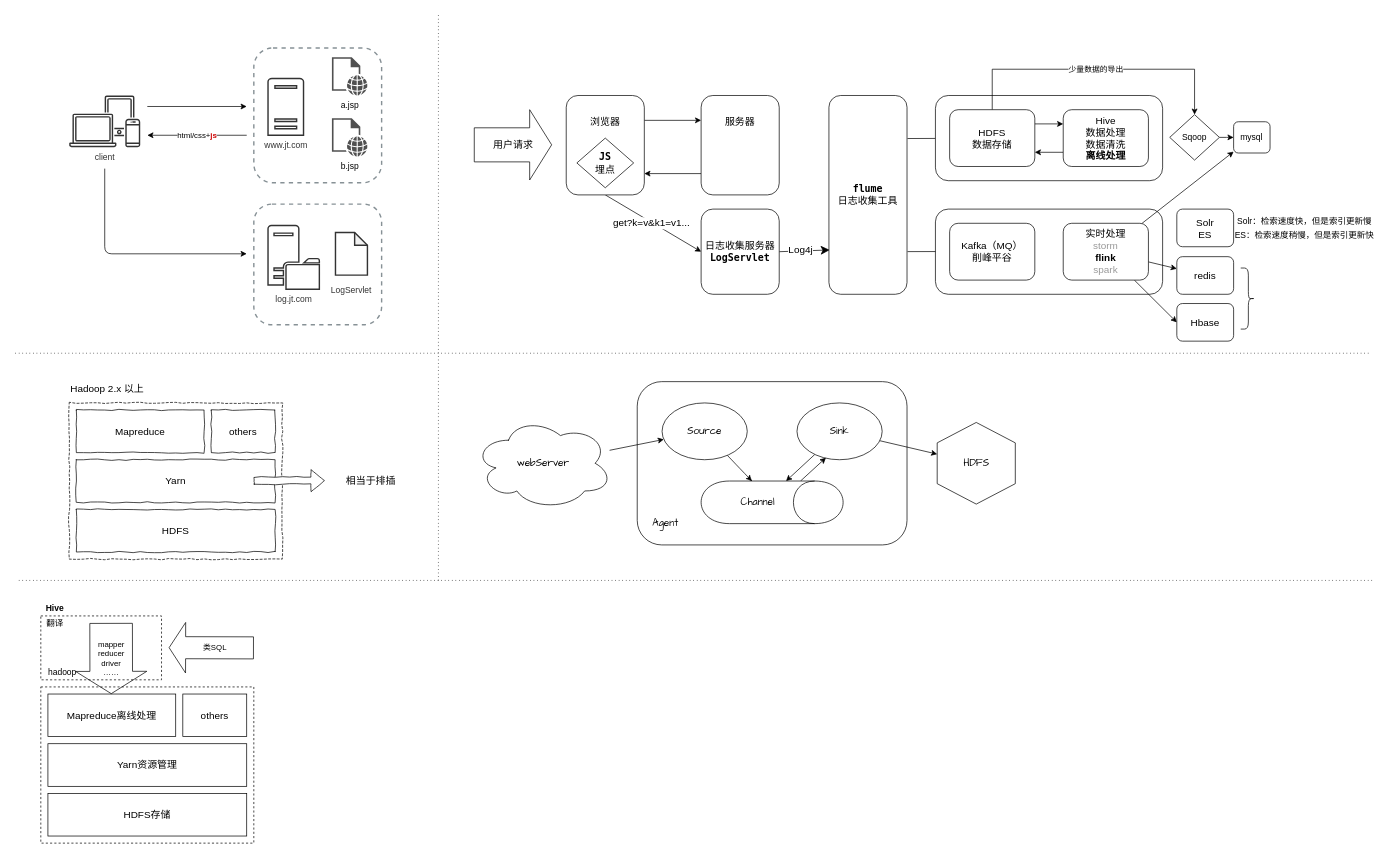
Above: page "第 1 页" (1 of 3) of 未命名绘图.drawio in Mark-Lee-AK/drawio (draw.io), before the change. Source tidied: cells renumbered, new cells numbered last; positions are measured from the earlier drawing's top-left corner, leaving out a move shared by most shapes. Both pictures are drawn from the tidied source at 71%, with x=0, y=0 at pixel (12, 12).
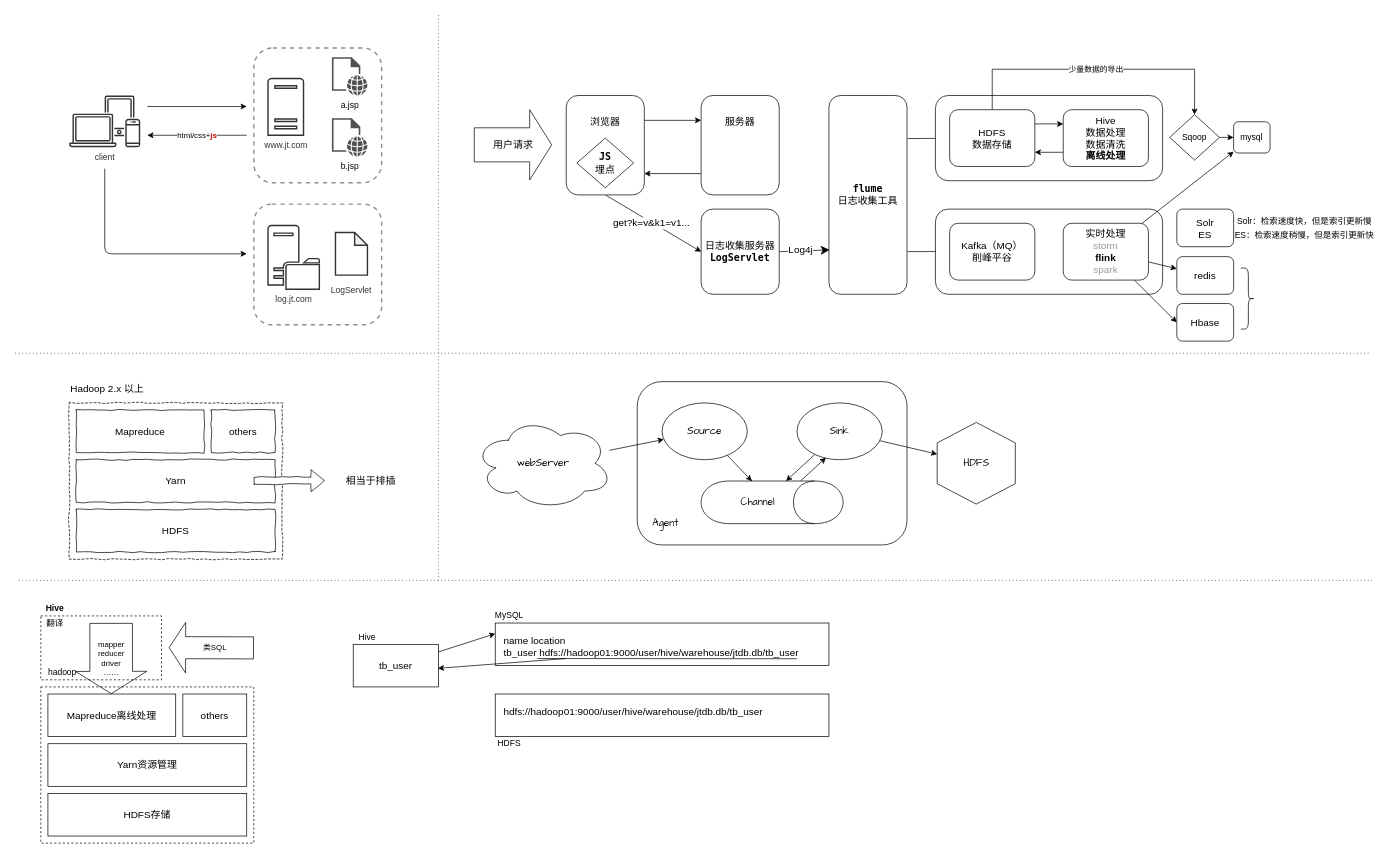
The same diagram, later.

The edit, as a diff of the source:
```diff
@@
+    <mxCell id="80" style="rounded=0;jettySize=auto;html=1;entryX=0;entryY=0.25;entryDx=0;entryDy=0;" parent="1" edge="1" source="81" target="82">
+      <mxGeometry relative="1" as="geometry" />
+    </mxCell>
+    <mxCell id="81" value="tb_user" style="rounded=0;whiteSpace=wrap;html=1;fontSize=14;" parent="1" vertex="1">
+      <mxGeometry x="480" y="890" width="120" height="60" as="geometry" />
+    </mxCell>
+    <mxCell id="82" value="name location&lt;br style=&quot;font-size: 14px;&quot;&gt;tb_user hdfs://hadoop01:9000/user/hive/warehouse/jtdb.db/tb_user" style="rounded=0;whiteSpace=wrap;html=1;align=left;fontSize=14;labelPosition=center;verticalLabelPosition=middle;verticalAlign=top;spacing=12;" parent="1" vertex="1">
+      <mxGeometry x="680" y="860" width="470" height="60" as="geometry" />
+    </mxCell>
+    <mxCell id="83" value="Hive" style="text;html=1;strokeColor=none;fillColor=none;align=center;verticalAlign=middle;whiteSpace=wrap;rounded=0;" parent="1" vertex="1">
+      <mxGeometry x="480" y="870" width="40" height="20" as="geometry" />
+    </mxCell>
+    <mxCell id="84" value="MySQL" style="text;html=1;strokeColor=none;fillColor=none;align=center;verticalAlign=middle;whiteSpace=wrap;rounded=0;" parent="1" vertex="1">
+      <mxGeometry x="680" y="840" width="40" height="20" as="geometry" />
+    </mxCell>
+    <mxCell id="85" value="hdfs://hadoop01:9000/user/hive/warehouse/jtdb.db/tb_user" style="rounded=0;whiteSpace=wrap;html=1;align=left;fontSize=14;labelPosition=center;verticalLabelPosition=middle;verticalAlign=top;spacing=12;" parent="1" vertex="1">
+      <mxGeometry x="680" y="960" width="470" height="60" as="geometry" />
+    </mxCell>
+    <mxCell id="86" value="HDFS" style="text;html=1;strokeColor=none;fillColor=none;align=center;verticalAlign=middle;whiteSpace=wrap;rounded=0;" parent="1" vertex="1">
+      <mxGeometry x="680" y="1020" width="40" height="20" as="geometry" />
+    </mxCell>
+    <mxCell id="87" style="endArrow=none;html=1;fontSize=14;" parent="1" edge="1">
+      <mxGeometry relative="1" as="geometry">
+        <mxPoint x="739.4" y="910" as="sourcePoint" />
+        <mxPoint x="1105" y="910.3" as="targetPoint" />
+      </mxGeometry>
+    </mxCell>
+    <mxCell id="88" style="endArrow=classic;html=1;fontSize=14;entryX=0.994;entryY=0.564;entryDx=0;entryDy=0;entryPerimeter=0;" parent="1" edge="1" target="81">
+      <mxGeometry relative="1" as="geometry">
+        <mxPoint x="780" y="910" as="sourcePoint" />
+      </mxGeometry>
+    </mxCell>
```
